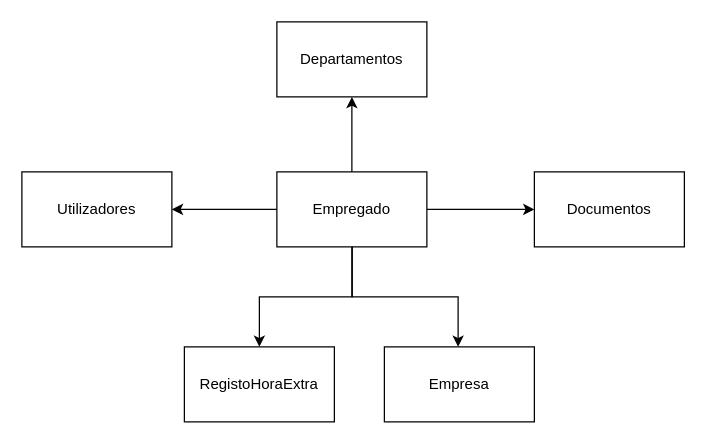
Above: Diagrama_gestao_rh.drawio in RiSantos79/gestao_rh (draw.io), before the change. Source tidied: cells renumbered, new cells numbered last; positions are measured from the earlier drawing's top-left corner, leaving out a move shared by most shapes. Both pictures are drawn from the tidied source at 125%, with x=0, y=0 at pixel (21, 21).
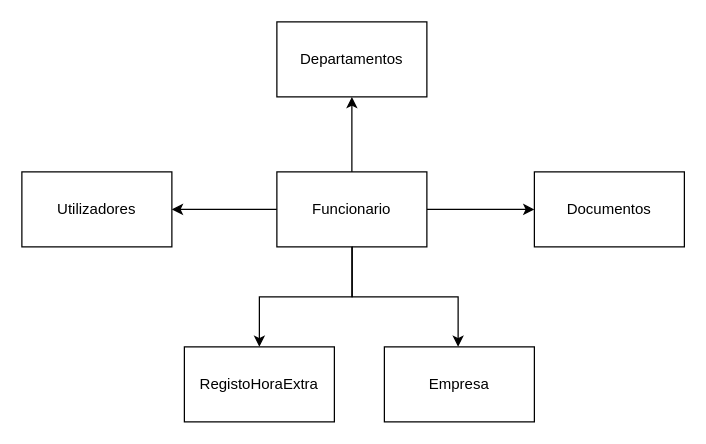
The same diagram, later.

Change to the diagram source:
```diff
@@
 <mxGraphModel>
   <root>
     <mxCell id="0" />
     <mxCell id="1" parent="0" />
     <mxCell id="2" value="Departamentos" style="rounded=0;whiteSpace=wrap;html=1;" parent="1" vertex="1">
       <mxGeometry x="204" width="120" height="60" as="geometry" />
     </mxCell>
     <mxCell id="3" style="edgeStyle=orthogonalEdgeStyle;rounded=0;jettySize=auto;html=1;" parent="1" edge="1" source="7" target="2">
       <mxGeometry relative="1" as="geometry" />
     </mxCell>
     <mxCell id="4" style="edgeStyle=orthogonalEdgeStyle;rounded=0;jettySize=auto;html=1;entryX=0.5;entryY=0;entryDx=0;entryDy=0;" parent="1" edge="1" source="7" target="9">
       <mxGeometry relative="1" as="geometry">
         <Array as="points">
           <mxPoint x="264" y="220" />
           <mxPoint x="190" y="220" />
         </Array>
       </mxGeometry>
     </mxCell>
     <mxCell id="5" style="edgeStyle=orthogonalEdgeStyle;rounded=0;jettySize=auto;html=1;" parent="1" edge="1" source="7" target="8">
       <mxGeometry relative="1" as="geometry" />
     </mxCell>
     <mxCell id="6" style="edgeStyle=orthogonalEdgeStyle;rounded=0;jettySize=auto;html=1;" parent="1" edge="1" source="7" target="10">
       <mxGeometry relative="1" as="geometry" />
     </mxCell>
-    <mxCell id="7" value="Empregado" style="rounded=0;whiteSpace=wrap;html=1;" parent="1" vertex="1">
+    <mxCell id="7" value="Funcionario" style="rounded=0;whiteSpace=wrap;html=1;" parent="1" vertex="1">
       <mxGeometry x="204" y="120" width="120" height="60" as="geometry" />
     </mxCell>
     <mxCell id="8" value="Utilizadores" style="rounded=0;whiteSpace=wrap;html=1;" parent="1" vertex="1">
       <mxGeometry y="120" width="120" height="60" as="geometry" />
     </mxCell>
     <mxCell id="9" value="RegistoHoraExtra" style="rounded=0;whiteSpace=wrap;html=1;" parent="1" vertex="1">
       <mxGeometry x="130" y="260" width="120" height="60" as="geometry" />
     </mxCell>
     <mxCell id="10" value="Documentos" style="rounded=0;whiteSpace=wrap;html=1;" parent="1" vertex="1">
       <mxGeometry x="410" y="120" width="120" height="60" as="geometry" />
     </mxCell>
     <mxCell id="11" style="edgeStyle=orthogonalEdgeStyle;rounded=0;orthogonalLoop=1;jettySize=auto;html=1;entryX=0.5;entryY=0;entryDx=0;entryDy=0;exitX=0.511;exitY=0.995;exitDx=0;exitDy=0;exitPerimeter=0;" parent="1" edge="1">
       <mxGeometry relative="1" as="geometry">
         <mxPoint x="264.3" y="179.7" as="sourcePoint" />
         <mxPoint x="349" y="260" as="targetPoint" />
         <Array as="points">
           <mxPoint x="264" y="220" />
           <mxPoint x="349" y="220" />
         </Array>
       </mxGeometry>
     </mxCell>
     <mxCell id="12" value="Empresa" style="rounded=0;whiteSpace=wrap;html=1;" parent="1" vertex="1">
       <mxGeometry x="290" y="260" width="120" height="60" as="geometry" />
     </mxCell>
   </root>
 </mxGraphModel>
```
